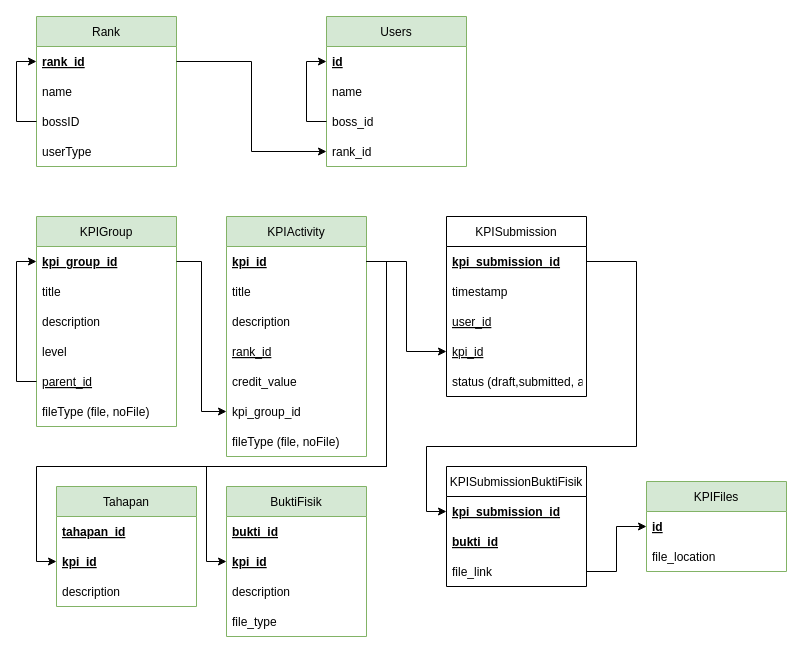
Earlier version of the draw.io diagram page "PDM" (1 of 4) of Diagrams.drawio (FaisZ/KPISystem). Source tidied: cells renumbered, new cells numbered last; positions are measured from the earlier drawing's top-left corner, leaving out a move shared by most shapes. Both pictures are drawn from the tidied source at 100%, with x=0, y=0 at pixel (36, 16).
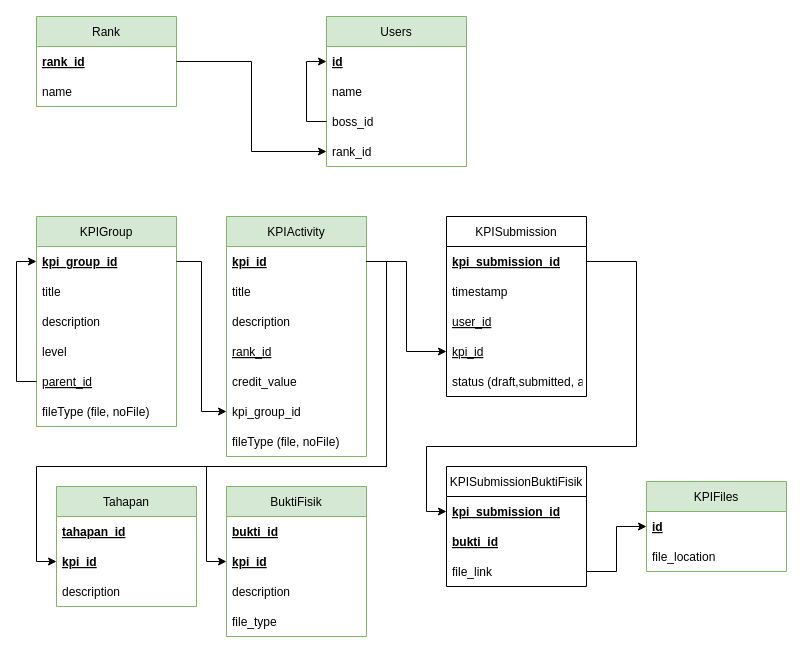
Above is the later version.

Unchanged cells that the change refers to:
```xml
<mxCell id="35" value="rank_id" style="text;strokeColor=none;fillColor=none;align=left;verticalAlign=middle;spacingLeft=4;spacingRight=4;overflow=hidden;points=[[0,0.5],[1,0.5]];portConstraint=eastwest;fontStyle=5;" parent="34" vertex="1">
  <mxGeometry y="30" width="140" height="30" as="geometry" />
</mxCell>
```

The edit, as a diff of the source:
```diff
@@
     <mxCell id="34" value="Rank" style="swimlane;fontStyle=0;horizontal=1;startSize=30;fillColor=#d5e8d4;strokeColor=#82b366;" parent="1" vertex="1">
-      <mxGeometry width="140" height="150" as="geometry" />
+      <mxGeometry width="140" height="90" as="geometry" />
     </mxCell>
@@
-    <mxCell id="37" style="edgeStyle=orthogonalEdgeStyle;rounded=0;jettySize=auto;html=1;exitX=0;exitY=0.5;exitDx=0;exitDy=0;entryX=0;entryY=0.5;entryDx=0;entryDy=0;" parent="34" edge="1" source="38" target="35">
-      <mxGeometry relative="1" as="geometry" />
-    </mxCell>
-    <mxCell id="38" value="bossID" style="text;strokeColor=none;fillColor=none;align=left;verticalAlign=middle;spacingLeft=4;spacingRight=4;overflow=hidden;points=[[0,0.5],[1,0.5]];portConstraint=eastwest;" parent="34" vertex="1">
-      <mxGeometry y="90" width="140" height="30" as="geometry" />
-    </mxCell>
-    <mxCell id="39" value="userType" style="text;strokeColor=none;fillColor=none;align=left;verticalAlign=middle;spacingLeft=4;spacingRight=4;overflow=hidden;" parent="34" vertex="1">
-      <mxGeometry y="120" width="140" height="30" as="geometry" />
-    </mxCell>
```
